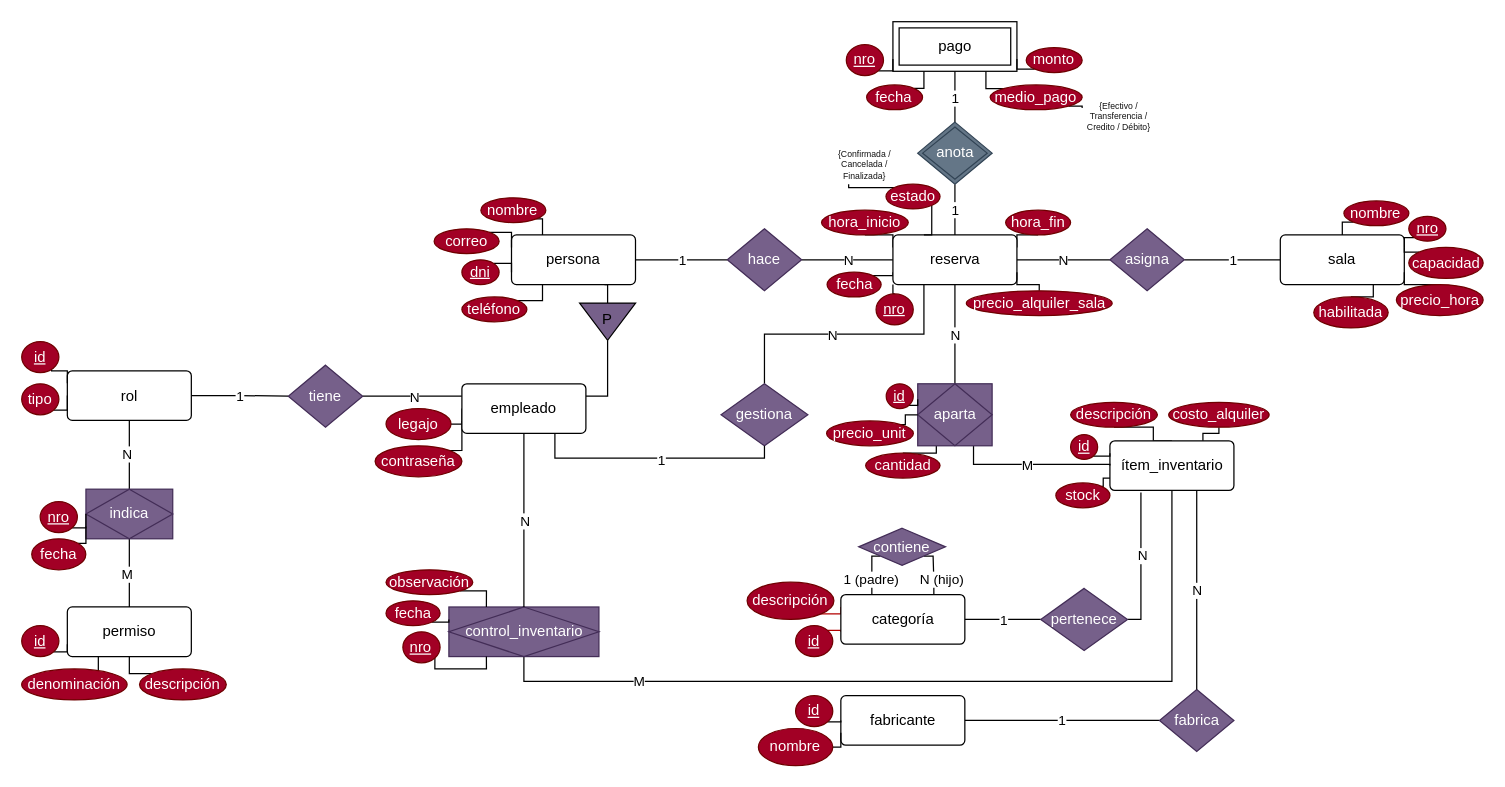
SancLucas/Base-de-Datos--Salas-de-Ensayo keeps this draw.io diagram as Diagrama-Salas-de-Ensayo-BDD.drawio. Above is the earlier version. Source tidied: cells renumbered, new cells numbered last; positions are measured from the earlier drawing's top-left corner, leaving out a move shared by most shapes. Both pictures are drawn from the tidied source at 124%, with x=0, y=0 at pixel (21, 21).
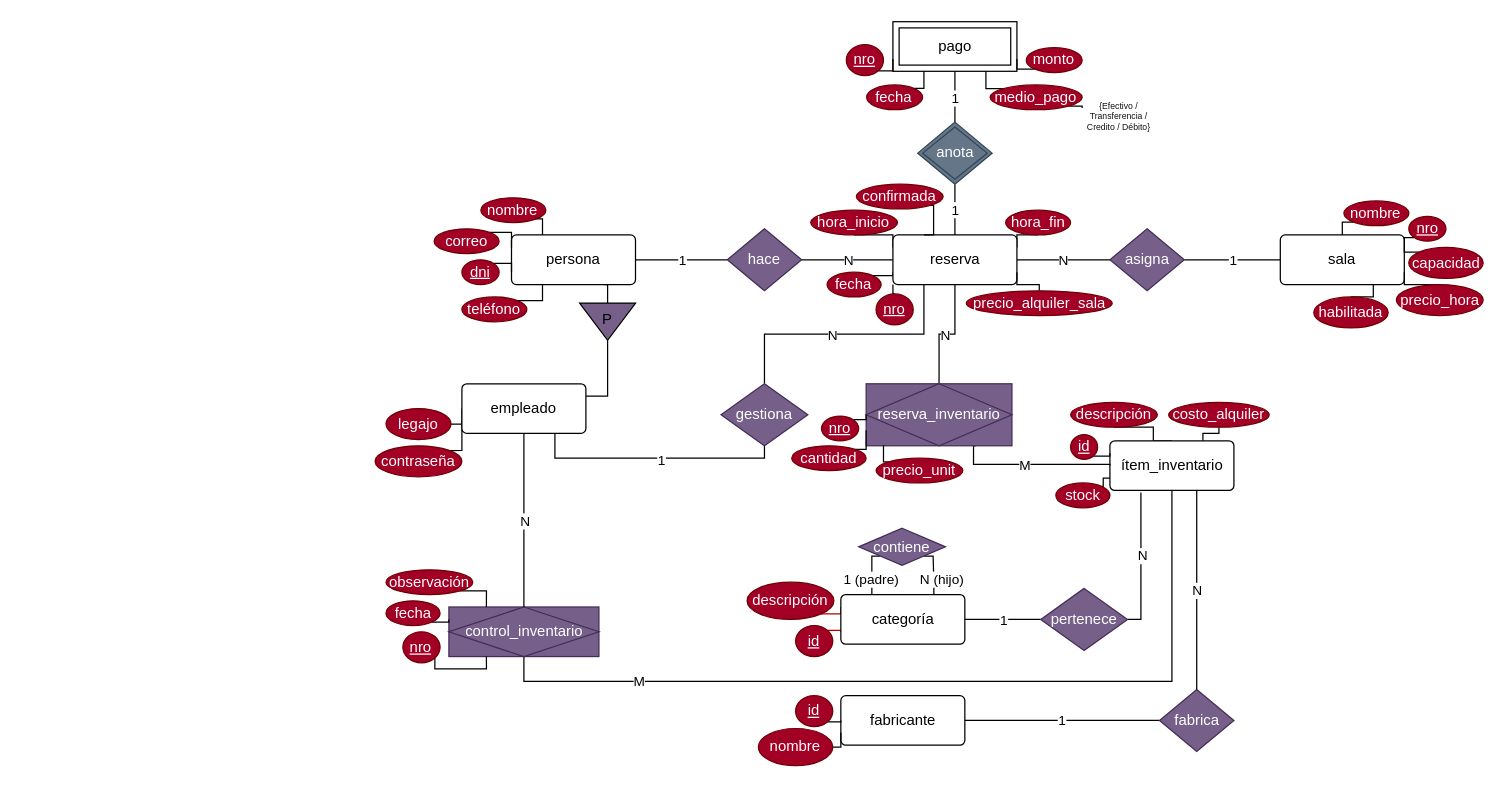
After the change.

Commit message (it also covers changes not shown here):
Cambios en el tipo de atributos, nombre, en el propio código DDL y eliminación de las tablas 'rol', 'permiso' y su respectiva tabla intermedia (N:M).

The change refers to these unchanged cells:
```xml
<mxCell id="20" value="reserva" style="rounded=1;arcSize=10;whiteSpace=wrap;html=1;align=center;" parent="1" vertex="1">
  <mxGeometry x="702.6" y="172" width="100" height="40" as="geometry" />
</mxCell>
<mxCell id="21" style="rounded=0;jettySize=auto;html=1;exitX=0.5;exitY=0;exitDx=0;exitDy=0;entryX=0.5;entryY=1;entryDx=0;entryDy=0;endArrow=none;endFill=0;edgeStyle=orthogonalEdgeStyle;" parent="1" edge="1" source="40" target="20">
  <mxGeometry relative="1" as="geometry" />
</mxCell>
<mxCell id="146" value="empleado" style="rounded=1;arcSize=10;whiteSpace=wrap;html=1;align=center;" parent="1" vertex="1">
  <mxGeometry x="355" y="292" width="100" height="40" as="geometry" />
</mxCell>
```

Change to the diagram source:
```diff
@@
     <mxCell id="13" value="hora_inicio" style="ellipse;whiteSpace=wrap;html=1;align=center;fillColor=#a20025;fontColor=#ffffff;strokeColor=#6F0000;" parent="1" vertex="1">
-      <mxGeometry x="645" y="152" width="70" height="20" as="geometry" />
+      <mxGeometry x="636.3" y="152" width="70" height="20" as="geometry" />
     </mxCell>
@@
     <mxCell id="22" value="N" style="edgeLabel;html=1;align=center;verticalAlign=middle;" parent="21" vertex="1">
       <mxGeometry x="-0.06" y="1" relative="1" as="geometry">
-        <mxPoint x="1" y="-2" as="offset" />
+        <mxPoint x="1" y="1" as="offset" />
       </mxGeometry>
     </mxCell>
@@
-    <mxCell id="39" style="edgeStyle=orthogonalEdgeStyle;rounded=0;jettySize=auto;html=1;exitX=0.5;exitY=0;exitDx=0;exitDy=0;entryX=0.25;entryY=1;entryDx=0;entryDy=0;endArrow=none;endFill=0;" parent="1" edge="1" source="125" target="40">
-      <mxGeometry relative="1" as="geometry" />
-    </mxCell>
-    <mxCell id="40" value="&lt;span style=&quot;&quot;&gt;aparta&lt;/span&gt;" style="shape=associativeEntity;whiteSpace=wrap;html=1;align=center;fillColor=#76608a;fontColor=#ffffff;strokeColor=light-dark(#432D57,#000000);strokeWidth=1;" parent="1" vertex="1">
-      <mxGeometry x="722.6" y="292" width="60" height="50" as="geometry" />
+    <mxCell id="40" value="&lt;span style=&quot;&quot;&gt;reserva_inventario&lt;/span&gt;" style="shape=associativeEntity;whiteSpace=wrap;html=1;align=center;fillColor=#76608a;fontColor=#ffffff;strokeColor=light-dark(#432D57,#000000);strokeWidth=1;" parent="1" vertex="1">
+      <mxGeometry x="681" y="292" width="117.6" height="50" as="geometry" />
     </mxCell>
-    <mxCell id="41" style="edgeStyle=orthogonalEdgeStyle;rounded=0;jettySize=auto;html=1;exitX=1;exitY=1;exitDx=0;exitDy=0;entryX=0;entryY=0.25;entryDx=0;entryDy=0;endArrow=none;endFill=0;" parent="1" edge="1" source="42" target="40">
-      <mxGeometry relative="1" as="geometry" />
+    <mxCell id="41" style="edgeStyle=orthogonalEdgeStyle;rounded=0;jettySize=auto;html=1;exitX=1;exitY=0;exitDx=0;exitDy=0;entryX=0;entryY=0.5;entryDx=0;entryDy=0;endArrow=none;endFill=0;" parent="1" edge="1" source="42" target="40">
+      <mxGeometry x="-0.44" relative="1" as="geometry" />
     </mxCell>
-    <mxCell id="42" value="id" style="ellipse;whiteSpace=wrap;html=1;align=center;fontStyle=4;fillColor=#a20025;fontColor=#ffffff;strokeColor=#6F0000;" parent="1" vertex="1">
-      <mxGeometry x="697.2" y="292" width="21.8" height="20" as="geometry" />
+    <mxCell id="42" value="nro" style="ellipse;whiteSpace=wrap;html=1;align=center;fontStyle=4;fillColor=#a20025;fontColor=#ffffff;strokeColor=#6F0000;" parent="1" vertex="1">
+      <mxGeometry x="645" y="318" width="30" height="20" as="geometry" />
     </mxCell>
@@
-    <mxCell id="65" style="rounded=0;jettySize=auto;html=1;endArrow=none;endFill=0;edgeStyle=orthogonalEdgeStyle;entryX=0;entryY=0.5;entryDx=0;entryDy=0;exitX=1;exitY=0.5;exitDx=0;exitDy=0;" parent="1" edge="1" source="79" target="69">
-      <mxGeometry relative="1" as="geometry" />
-    </mxCell>
-    <mxCell id="66" value="1" style="edgeLabel;html=1;align=center;verticalAlign=middle;" parent="65" vertex="1">
-      <mxGeometry x="-0.04" y="1" relative="1" as="geometry">
-        <mxPoint x="1" y="1" as="offset" />
-      </mxGeometry>
-    </mxCell>
-    <mxCell id="67" style="rounded=0;jettySize=auto;html=1;endArrow=none;endFill=0;edgeStyle=orthogonalEdgeStyle;entryX=0;entryY=0.25;entryDx=0;entryDy=0;exitX=1;exitY=0.5;exitDx=0;exitDy=0;" parent="1" edge="1" source="69" target="146">
-      <mxGeometry relative="1" as="geometry" />
-    </mxCell>
-    <mxCell id="68" value="N" style="edgeLabel;html=1;align=center;verticalAlign=middle;" parent="67" vertex="1">
-      <mxGeometry x="-0.01" y="-2" relative="1" as="geometry">
-        <mxPoint x="1" y="-2" as="offset" />
-      </mxGeometry>
-    </mxCell>
-    <mxCell id="69" value="tiene" style="shape=rhombus;perimeter=rhombusPerimeter;whiteSpace=wrap;html=1;align=center;strokeColor=light-dark(#432D57,#000000);fillColor=#76608a;fontColor=#ffffff;" parent="1" vertex="1">
-      <mxGeometry x="215" y="277" width="60" height="50" as="geometry" />
-    </mxCell>
@@
-    <mxCell id="77" style="edgeStyle=orthogonalEdgeStyle;rounded=0;jettySize=auto;html=1;exitX=0.5;exitY=1;exitDx=0;exitDy=0;entryX=0.5;entryY=0;entryDx=0;entryDy=0;endArrow=none;endFill=0;" parent="1" edge="1" source="79" target="111">
-      <mxGeometry relative="1" as="geometry" />
-    </mxCell>
-    <mxCell id="78" value="N" style="edgeLabel;html=1;align=center;verticalAlign=middle;" parent="77" vertex="1">
-      <mxGeometry x="-0.02" y="1" relative="1" as="geometry">
-        <mxPoint x="-3" as="offset" />
-      </mxGeometry>
-    </mxCell>
-    <mxCell id="79" value="rol" style="rounded=1;arcSize=10;whiteSpace=wrap;html=1;align=center;" parent="1" vertex="1">
-      <mxGeometry x="36.8" y="281.5" width="100" height="40" as="geometry" />
-    </mxCell>
-    <mxCell id="80" style="edgeStyle=orthogonalEdgeStyle;rounded=0;jettySize=auto;html=1;exitX=1;exitY=1;exitDx=0;exitDy=0;entryX=0;entryY=0.25;entryDx=0;entryDy=0;endArrow=none;endFill=0;" parent="1" edge="1" source="81" target="79">
-      <mxGeometry relative="1" as="geometry">
-        <Array as="points">
-          <mxPoint x="24.1" y="281.5" />
-          <mxPoint x="36.8" y="281.5" />
-        </Array>
-      </mxGeometry>
-    </mxCell>
-    <mxCell id="81" value="id" style="ellipse;whiteSpace=wrap;html=1;align=center;fontStyle=4;fillColor=#a20025;fontColor=#ffffff;strokeColor=#6F0000;" parent="1" vertex="1">
-      <mxGeometry y="258" width="30" height="25" as="geometry" />
-    </mxCell>
-    <mxCell id="82" style="edgeStyle=orthogonalEdgeStyle;rounded=0;jettySize=auto;html=1;exitX=1;exitY=1;exitDx=0;exitDy=0;entryX=0;entryY=0.5;entryDx=0;entryDy=0;endArrow=none;endFill=0;" parent="1" edge="1" source="83" target="79">
-      <mxGeometry relative="1" as="geometry" />
-    </mxCell>
-    <mxCell id="83" value="tipo" style="ellipse;whiteSpace=wrap;html=1;align=center;fillColor=#a20025;fontColor=#ffffff;strokeColor=#6F0000;" parent="1" vertex="1">
-      <mxGeometry y="292" width="30" height="25" as="geometry" />
-    </mxCell>
@@
-    <mxCell id="109" style="edgeStyle=orthogonalEdgeStyle;rounded=0;jettySize=auto;html=1;exitX=0.5;exitY=1;exitDx=0;exitDy=0;entryX=0.5;entryY=0;entryDx=0;entryDy=0;endArrow=none;endFill=0;" parent="1" edge="1" source="111" target="112">
-      <mxGeometry relative="1" as="geometry" />
-    </mxCell>
-    <mxCell id="110" value="M" style="edgeLabel;html=1;align=center;verticalAlign=middle;" parent="109" vertex="1">
-      <mxGeometry y="1" relative="1" as="geometry">
-        <mxPoint x="-3" as="offset" />
-      </mxGeometry>
-    </mxCell>
-    <mxCell id="111" value="&lt;span style=&quot;&quot;&gt;indica&lt;/span&gt;" style="shape=associativeEntity;whiteSpace=wrap;html=1;align=center;fillColor=#76608a;fontColor=light-dark(#FFFFFF,#000000);strokeColor=light-dark(#432D57,#000000);" parent="1" vertex="1">
-      <mxGeometry x="51.8" y="377" width="70" height="40" as="geometry" />
-    </mxCell>
-    <mxCell id="112" value="permiso" style="rounded=1;arcSize=10;whiteSpace=wrap;html=1;align=center;" parent="1" vertex="1">
-      <mxGeometry x="36.8" y="472" width="100" height="40" as="geometry" />
-    </mxCell>
-    <mxCell id="113" style="edgeStyle=orthogonalEdgeStyle;rounded=0;jettySize=auto;html=1;exitX=1;exitY=0;exitDx=0;exitDy=0;entryX=0;entryY=0.75;entryDx=0;entryDy=0;endArrow=none;endFill=0;" parent="1" edge="1" source="114" target="111">
-      <mxGeometry relative="1" as="geometry" />
-    </mxCell>
-    <mxCell id="114" value="fecha" style="ellipse;whiteSpace=wrap;html=1;align=center;fillColor=#a20025;fontColor=#ffffff;strokeColor=#6F0000;" parent="1" vertex="1">
-      <mxGeometry x="8.1" y="417" width="43.6" height="25" as="geometry" />
-    </mxCell>
-    <mxCell id="115" style="edgeStyle=orthogonalEdgeStyle;rounded=0;jettySize=auto;html=1;exitX=1;exitY=1;exitDx=0;exitDy=0;entryX=0;entryY=0.5;entryDx=0;entryDy=0;endArrow=none;endFill=0;" parent="1" edge="1" source="116" target="111">
-      <mxGeometry relative="1" as="geometry" />
-    </mxCell>
-    <mxCell id="116" value="nro" style="ellipse;whiteSpace=wrap;html=1;align=center;fontStyle=4;fillColor=#a20025;fontColor=#ffffff;strokeColor=#6F0000;" parent="1" vertex="1">
-      <mxGeometry x="14.9" y="387" width="30" height="25" as="geometry" />
-    </mxCell>
-    <mxCell id="117" style="edgeStyle=orthogonalEdgeStyle;rounded=0;jettySize=auto;html=1;exitX=1;exitY=1;exitDx=0;exitDy=0;entryX=0;entryY=0.75;entryDx=0;entryDy=0;endArrow=none;endFill=0;" parent="1" edge="1" source="118" target="112">
-      <mxGeometry relative="1" as="geometry" />
-    </mxCell>
-    <mxCell id="118" value="id" style="ellipse;whiteSpace=wrap;html=1;align=center;fontStyle=4;fillColor=#a20025;fontColor=#ffffff;strokeColor=#6F0000;" parent="1" vertex="1">
-      <mxGeometry y="487" width="30" height="25" as="geometry" />
-    </mxCell>
-    <mxCell id="119" style="edgeStyle=orthogonalEdgeStyle;rounded=0;jettySize=auto;html=1;exitX=0;exitY=0;exitDx=0;exitDy=0;entryX=0.5;entryY=1;entryDx=0;entryDy=0;endArrow=none;endFill=0;" parent="1" edge="1" source="120" target="112">
-      <mxGeometry relative="1" as="geometry" />
-    </mxCell>
-    <mxCell id="120" value="descripción" style="ellipse;whiteSpace=wrap;html=1;align=center;fillColor=#a20025;fontColor=#ffffff;strokeColor=#6F0000;" parent="1" vertex="1">
-      <mxGeometry x="95" y="522" width="70" height="25" as="geometry" />
-    </mxCell>
-    <mxCell id="121" style="edgeStyle=orthogonalEdgeStyle;rounded=0;jettySize=auto;html=1;exitX=1;exitY=0;exitDx=0;exitDy=0;entryX=0.25;entryY=1;entryDx=0;entryDy=0;endArrow=none;endFill=0;" parent="1" edge="1" source="122" target="112">
-      <mxGeometry relative="1" as="geometry" />
-    </mxCell>
-    <mxCell id="122" value="denominación" style="ellipse;whiteSpace=wrap;html=1;align=center;fillColor=#a20025;fontColor=#ffffff;strokeColor=#6F0000;" parent="1" vertex="1">
-      <mxGeometry y="522" width="85" height="25" as="geometry" />
-    </mxCell>
@@
+    <mxCell id="39" style="edgeStyle=orthogonalEdgeStyle;rounded=0;jettySize=auto;html=1;exitX=1;exitY=0;exitDx=0;exitDy=0;entryX=0;entryY=0.75;entryDx=0;entryDy=0;endArrow=none;endFill=0;" parent="1" edge="1" source="125" target="40">
+      <mxGeometry relative="1" as="geometry" />
+    </mxCell>
     <mxCell id="125" value="cantidad" style="ellipse;whiteSpace=wrap;html=1;align=center;fillColor=#a20025;fontColor=#ffffff;strokeColor=#6F0000;" parent="1" vertex="1">
-      <mxGeometry x="680.6" y="348" width="60" height="20" as="geometry" />
+      <mxGeometry x="621" y="342" width="60" height="20" as="geometry" />
     </mxCell>
@@
-    <mxCell id="128" style="edgeStyle=orthogonalEdgeStyle;rounded=0;jettySize=auto;html=1;exitX=1;exitY=0;exitDx=0;exitDy=0;entryX=0;entryY=0.5;entryDx=0;entryDy=0;endArrow=none;endFill=0;" parent="1" edge="1" source="129" target="40">
-      <mxGeometry relative="1" as="geometry">
+    <mxCell id="128" style="edgeStyle=orthogonalEdgeStyle;rounded=0;jettySize=auto;html=1;exitX=0;exitY=0;exitDx=0;exitDy=0;entryX=0.119;entryY=0.997;entryDx=0;entryDy=0;endArrow=none;endFill=0;entryPerimeter=0;" parent="1" edge="1" source="129" target="40">
+      <mxGeometry x="0.85" relative="1" as="geometry">
         <Array as="points">
-          <mxPoint x="712.6" y="317" />
+          <mxPoint x="695" y="354.9" />
         </Array>
       </mxGeometry>
     </mxCell>
     <mxCell id="129" value="precio_unit" style="ellipse;whiteSpace=wrap;html=1;align=center;fillColor=#a20025;fontColor=#ffffff;strokeColor=#6F0000;" parent="1" vertex="1">
-      <mxGeometry x="649.1" y="322" width="70" height="20" as="geometry" />
+      <mxGeometry x="689" y="352" width="70" height="20" as="geometry" />
     </mxCell>
@@
-    <mxCell id="147" value="&lt;font style=&quot;color: light-dark(rgb(18, 18, 18), rgb(247, 247, 247));&quot;&gt;{Confirmada /&lt;span style=&quot;background-color: transparent;&quot;&gt; Cancelada / Finalizada&lt;/span&gt;}&lt;/font&gt;" style="text;html=1;whiteSpace=wrap;strokeColor=none;fillColor=none;align=center;verticalAlign=middle;rounded=0;fontSize=7;" parent="1" vertex="1">
-      <mxGeometry x="653.8" y="101" width="52.4" height="30" as="geometry" />
-    </mxCell>
     <mxCell id="148" style="edgeStyle=orthogonalEdgeStyle;rounded=0;jettySize=auto;html=1;exitX=1;exitY=1;exitDx=0;exitDy=0;entryX=0.25;entryY=0;entryDx=0;entryDy=0;endArrow=none;endFill=0;" parent="1" edge="1" source="150" target="20">
       <mxGeometry relative="1" as="geometry">
         <Array as="points">
-          <mxPoint x="734.1" y="172" />
+          <mxPoint x="735.4" y="172" />
         </Array>
       </mxGeometry>
     </mxCell>
-    <mxCell id="149" style="edgeStyle=orthogonalEdgeStyle;rounded=0;jettySize=auto;html=1;exitX=0;exitY=0;exitDx=0;exitDy=0;entryX=0.25;entryY=1;entryDx=0;entryDy=0;endArrow=none;endFill=0;" parent="1" edge="1" source="150" target="147">
-      <mxGeometry relative="1" as="geometry" />
-    </mxCell>
-    <mxCell id="150" value="estado" style="ellipse;whiteSpace=wrap;html=1;align=center;fillColor=#a20025;fontColor=#ffffff;strokeColor=#6F0000;" parent="1" vertex="1">
-      <mxGeometry x="697" y="131" width="43.6" height="20" as="geometry" />
+    <mxCell id="150" value="confirmada" style="ellipse;whiteSpace=wrap;html=1;align=center;fillColor=#a20025;fontColor=#ffffff;strokeColor=#6F0000;" parent="1" vertex="1">
+      <mxGeometry x="673.1" y="131" width="70" height="20" as="geometry" />
     </mxCell>
```
